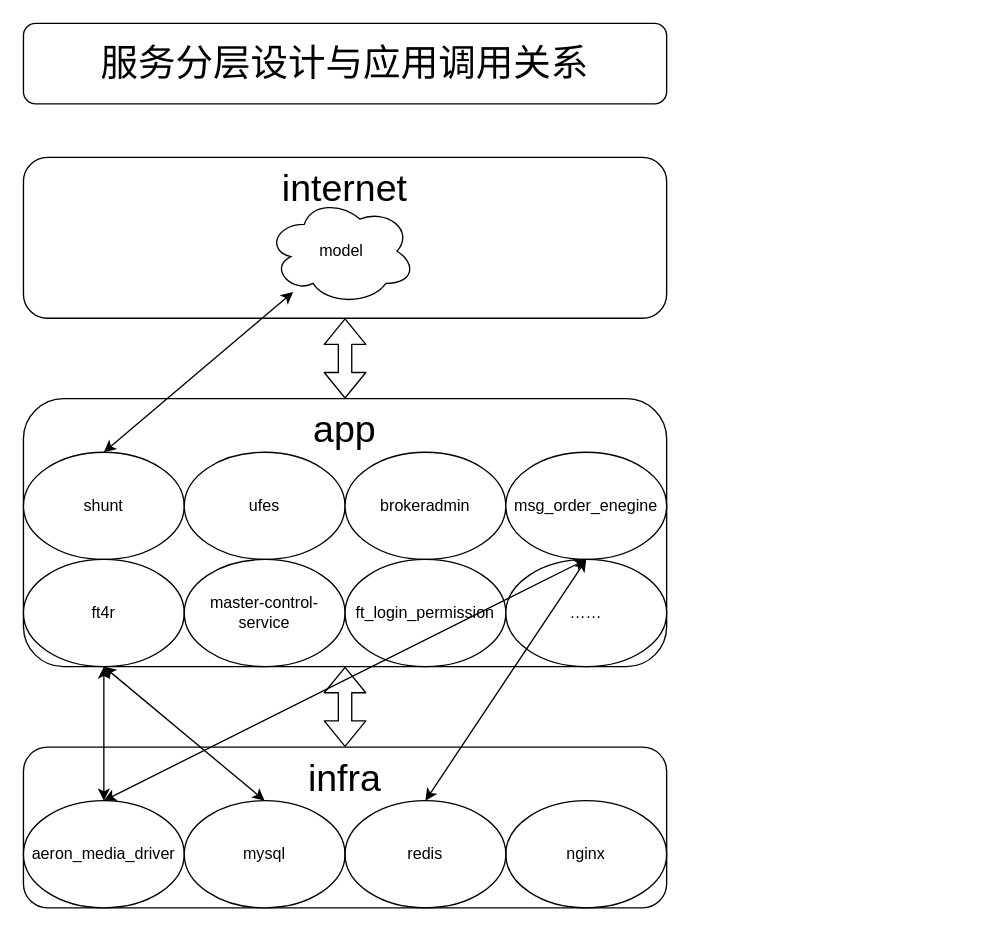
Before: src/images/current_distributions.drawio in dancing-clown/geason-diary, a draw.io diagram. Source tidied: cells renumbered, new cells numbered last; positions are measured from the earlier drawing's top-left corner, leaving out a move shared by most shapes. Both pictures are drawn from the tidied source at 134%, with x=0, y=0 at pixel (23, 23).
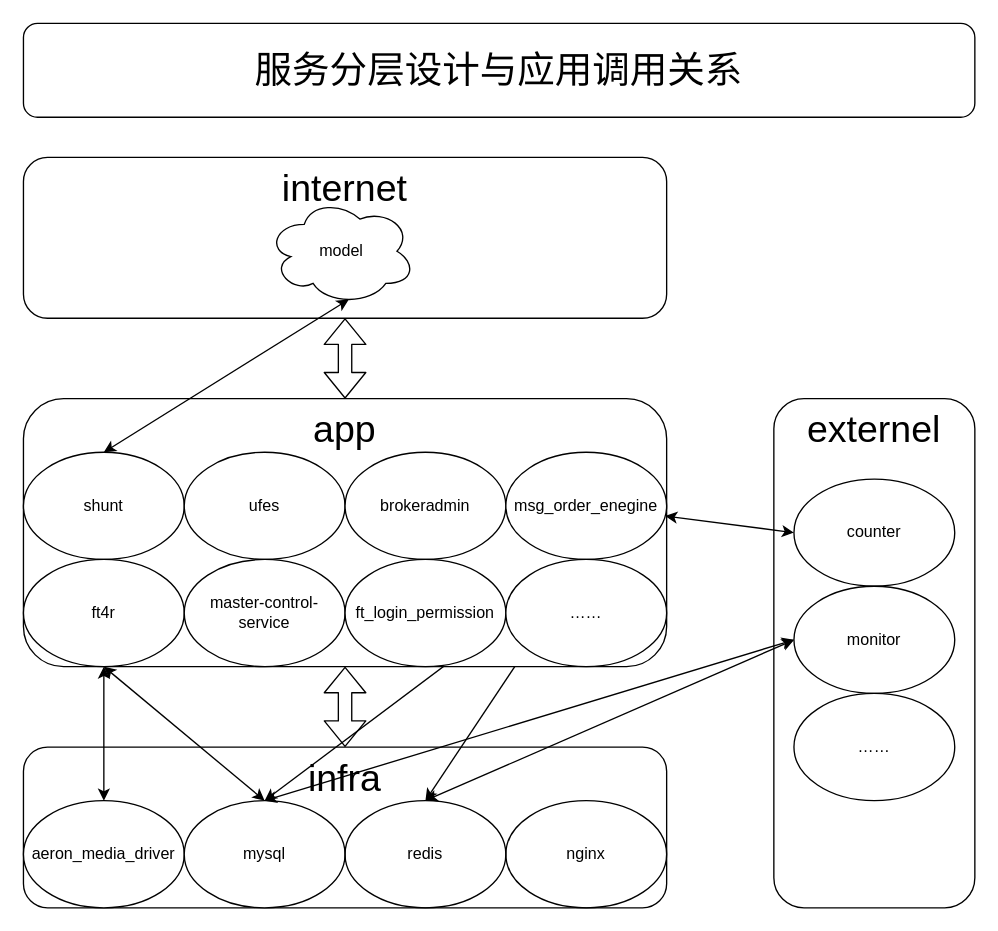
After the change.

The change refers to these unchanged cells:
```xml
<mxCell id="7" value="model" style="ellipse;shape=cloud;whiteSpace=wrap;html=1;labelBackgroundColor=none;rounded=1;" parent="5" vertex="1">
  <mxGeometry x="181.8" y="30" width="110.8" height="80" as="geometry" />
</mxCell>
```

Diff of the diagram source:
```diff
@@
-    <mxCell id="2" value="app" style="rounded=1;whiteSpace=wrap;html=1;verticalAlign=top;fontSize=28;labelBackgroundColor=none;" parent="1" vertex="1">
-      <mxGeometry y="280" width="480" height="200" as="geometry" />
-    </mxCell>
@@
+    <mxCell id="16" value="infra" style="rounded=1;whiteSpace=wrap;html=1;fontSize=28;verticalAlign=top;labelBackgroundColor=none;" parent="1" vertex="1">
+      <mxGeometry y="540" width="480" height="120" as="geometry" />
+    </mxCell>
+    <mxCell id="17" value="aeron_media_driver" style="ellipse;whiteSpace=wrap;html=1;labelBackgroundColor=none;rounded=1;" parent="1" vertex="1">
+      <mxGeometry y="580" width="120" height="80" as="geometry" />
+    </mxCell>
+    <mxCell id="18" value="mysql" style="ellipse;whiteSpace=wrap;html=1;labelBackgroundColor=none;rounded=1;" parent="1" vertex="1">
+      <mxGeometry x="120" y="580" width="120" height="80" as="geometry" />
+    </mxCell>
+    <mxCell id="19" value="redis" style="ellipse;whiteSpace=wrap;html=1;fillColor=none;labelBackgroundColor=none;rounded=1;" parent="1" vertex="1">
+      <mxGeometry x="240" y="580" width="120" height="80" as="geometry" />
+    </mxCell>
+    <mxCell id="20" value="nginx" style="ellipse;whiteSpace=wrap;html=1;fillColor=none;labelBackgroundColor=none;rounded=1;" parent="1" vertex="1">
+      <mxGeometry x="360" y="580" width="120" height="80" as="geometry" />
+    </mxCell>
+    <mxCell id="23" style="endArrow=classic;startArrow=classic;html=1;rounded=1;fontFamily=Helvetica;fontSize=12;fontColor=default;entryX=0.5;entryY=1;entryDx=0;entryDy=0;exitX=0.5;exitY=0;exitDx=0;exitDy=0;labelBackgroundColor=none;" parent="1" edge="1" source="17" target="12">
+      <mxGeometry relative="1" as="geometry" />
+    </mxCell>
+    <mxCell id="24" style="endArrow=classic;startArrow=classic;html=1;rounded=1;fontFamily=Helvetica;fontSize=12;fontColor=default;entryX=0.5;entryY=1;entryDx=0;entryDy=0;exitX=0.5;exitY=0;exitDx=0;exitDy=0;labelBackgroundColor=none;" parent="1" edge="1" source="18" target="12">
+      <mxGeometry relative="1" as="geometry" />
+    </mxCell>
+    <mxCell id="26" value="服务分层设计与应用调用关系" style="rounded=1;whiteSpace=wrap;html=1;align=center;verticalAlign=middle;fontFamily=Helvetica;fontSize=28;labelBackgroundColor=none;" parent="1" vertex="1">
+      <mxGeometry width="710" height="70" as="geometry" />
+    </mxCell>
+    <mxCell id="27" value="externel" style="rounded=1;whiteSpace=wrap;html=1;verticalAlign=top;fontSize=28;" parent="1" vertex="1">
+      <mxGeometry x="560" y="280" width="150" height="380" as="geometry" />
+    </mxCell>
+    <mxCell id="28" value="counter" style="ellipse;whiteSpace=wrap;html=1;" parent="1" vertex="1">
+      <mxGeometry x="575" y="340" width="120" height="80" as="geometry" />
+    </mxCell>
+    <mxCell id="29" value="monitor" style="ellipse;whiteSpace=wrap;html=1;" parent="1" vertex="1">
+      <mxGeometry x="575" y="420" width="120" height="80" as="geometry" />
+    </mxCell>
+    <mxCell id="30" value="……" style="ellipse;whiteSpace=wrap;html=1;" parent="1" vertex="1">
+      <mxGeometry x="575" y="500" width="120" height="80" as="geometry" />
+    </mxCell>
+    <mxCell id="31" style="endArrow=classic;startArrow=classic;html=1;rounded=0;exitX=0.5;exitY=0;exitDx=0;exitDy=0;entryX=0.5;entryY=1;entryDx=0;entryDy=0;" parent="1" edge="1" source="18" target="11">
+      <mxGeometry relative="1" as="geometry" />
+    </mxCell>
+    <mxCell id="32" style="endArrow=classic;startArrow=classic;html=1;rounded=0;entryX=0;entryY=0.5;entryDx=0;entryDy=0;" parent="1" edge="1" source="11" target="28">
+      <mxGeometry relative="1" as="geometry" />
+    </mxCell>
+    <mxCell id="33" style="endArrow=classic;startArrow=classic;html=1;rounded=0;entryX=0;entryY=0.5;entryDx=0;entryDy=0;exitX=0.5;exitY=0;exitDx=0;exitDy=0;" parent="1" edge="1" source="18" target="29">
+      <mxGeometry relative="1" as="geometry" />
+    </mxCell>
+    <mxCell id="34" style="endArrow=classic;startArrow=classic;html=1;rounded=0;entryX=0;entryY=0.5;entryDx=0;entryDy=0;exitX=0.5;exitY=0;exitDx=0;exitDy=0;" parent="1" edge="1" source="19" target="29">
+      <mxGeometry relative="1" as="geometry" />
+    </mxCell>
+    <mxCell id="35" style="endArrow=classic;startArrow=classic;html=1;rounded=0;exitX=0.5;exitY=0;exitDx=0;exitDy=0;entryX=0.5;entryY=0;entryDx=0;entryDy=0;" parent="1" edge="1" source="19" target="37">
+      <mxGeometry relative="1" as="geometry" />
+    </mxCell>
+    <mxCell id="36" style="group;" parent="1" vertex="1">
+      <mxGeometry y="280" width="480" height="200" as="geometry" />
+    </mxCell>
+    <mxCell id="2" value="app" style="rounded=1;whiteSpace=wrap;html=1;verticalAlign=top;fontSize=28;labelBackgroundColor=none;" parent="36" vertex="1">
+      <mxGeometry width="480" height="200" as="geometry" />
+    </mxCell>
-    <mxCell id="8" value="shunt" style="ellipse;whiteSpace=wrap;html=1;labelBackgroundColor=none;rounded=1;" parent="1" vertex="1">
-      <mxGeometry y="320" width="120" height="80" as="geometry" />
+    <mxCell id="8" value="shunt" style="ellipse;whiteSpace=wrap;html=1;labelBackgroundColor=none;rounded=1;" parent="36" vertex="1">
+      <mxGeometry y="40" width="120" height="80" as="geometry" />
     </mxCell>
-    <mxCell id="9" value="ufes" style="ellipse;whiteSpace=wrap;html=1;labelBackgroundColor=none;rounded=1;" parent="1" vertex="1">
-      <mxGeometry x="120" y="320" width="120" height="80" as="geometry" />
+    <mxCell id="9" value="ufes" style="ellipse;whiteSpace=wrap;html=1;labelBackgroundColor=none;rounded=1;" parent="36" vertex="1">
+      <mxGeometry x="120" y="40" width="120" height="80" as="geometry" />
     </mxCell>
-    <mxCell id="10" value="brokeradmin" style="ellipse;whiteSpace=wrap;html=1;labelBackgroundColor=none;rounded=1;" parent="1" vertex="1">
-      <mxGeometry x="240" y="320" width="120" height="80" as="geometry" />
+    <mxCell id="10" value="brokeradmin" style="ellipse;whiteSpace=wrap;html=1;labelBackgroundColor=none;rounded=1;" parent="36" vertex="1">
+      <mxGeometry x="240" y="40" width="120" height="80" as="geometry" />
     </mxCell>
-    <mxCell id="11" value="msg_order_enegine" style="ellipse;whiteSpace=wrap;html=1;labelBackgroundColor=none;rounded=1;" parent="1" vertex="1">
-      <mxGeometry x="360" y="320" width="120" height="80" as="geometry" />
+    <mxCell id="11" value="msg_order_enegine" style="ellipse;whiteSpace=wrap;html=1;labelBackgroundColor=none;rounded=1;" parent="36" vertex="1">
+      <mxGeometry x="360" y="40" width="120" height="80" as="geometry" />
     </mxCell>
-    <mxCell id="12" value="ft4r" style="ellipse;whiteSpace=wrap;html=1;labelBackgroundColor=none;rounded=1;" parent="1" vertex="1">
-      <mxGeometry y="400" width="120" height="80" as="geometry" />
+    <mxCell id="12" value="ft4r" style="ellipse;whiteSpace=wrap;html=1;labelBackgroundColor=none;rounded=1;" parent="36" vertex="1">
+      <mxGeometry y="120" width="120" height="80" as="geometry" />
     </mxCell>
-    <mxCell id="13" value="master-control-service" style="ellipse;whiteSpace=wrap;html=1;labelBackgroundColor=none;rounded=1;" parent="1" vertex="1">
-      <mxGeometry x="120" y="400" width="120" height="80" as="geometry" />
+    <mxCell id="13" value="master-control-service" style="ellipse;whiteSpace=wrap;html=1;labelBackgroundColor=none;rounded=1;" parent="36" vertex="1">
+      <mxGeometry x="120" y="120" width="120" height="80" as="geometry" />
     </mxCell>
-    <mxCell id="14" value="ft_login_permission" style="ellipse;whiteSpace=wrap;html=1;labelBackgroundColor=none;rounded=1;" parent="1" vertex="1">
-      <mxGeometry x="240" y="400" width="120" height="80" as="geometry" />
+    <mxCell id="14" value="ft_login_permission" style="ellipse;whiteSpace=wrap;html=1;labelBackgroundColor=none;rounded=1;" parent="36" vertex="1">
+      <mxGeometry x="240" y="120" width="120" height="80" as="geometry" />
     </mxCell>
-    <mxCell id="15" value="……" style="ellipse;whiteSpace=wrap;html=1;labelBackgroundColor=none;rounded=1;" parent="1" vertex="1">
-      <mxGeometry x="360" y="400" width="120" height="80" as="geometry" />
-    </mxCell>
-    <mxCell id="16" value="infra" style="rounded=1;whiteSpace=wrap;html=1;fontSize=28;verticalAlign=top;labelBackgroundColor=none;" parent="1" vertex="1">
-      <mxGeometry y="540" width="480" height="120" as="geometry" />
-    </mxCell>
-    <mxCell id="17" value="aeron_media_driver" style="ellipse;whiteSpace=wrap;html=1;labelBackgroundColor=none;rounded=1;" parent="1" vertex="1">
-      <mxGeometry y="580" width="120" height="80" as="geometry" />
-    </mxCell>
-    <mxCell id="18" value="mysql" style="ellipse;whiteSpace=wrap;html=1;labelBackgroundColor=none;rounded=1;" parent="1" vertex="1">
-      <mxGeometry x="120" y="580" width="120" height="80" as="geometry" />
-    </mxCell>
-    <mxCell id="19" value="redis" style="ellipse;whiteSpace=wrap;html=1;fillColor=none;labelBackgroundColor=none;rounded=1;" parent="1" vertex="1">
-      <mxGeometry x="240" y="580" width="120" height="80" as="geometry" />
-    </mxCell>
-    <mxCell id="20" value="nginx" style="ellipse;whiteSpace=wrap;html=1;fillColor=none;labelBackgroundColor=none;rounded=1;" parent="1" vertex="1">
-      <mxGeometry x="360" y="580" width="120" height="80" as="geometry" />
-    </mxCell>
-    <mxCell id="21" style="endArrow=classic;startArrow=classic;html=1;rounded=1;fontFamily=Helvetica;fontSize=12;fontColor=default;entryX=0.5;entryY=0;entryDx=0;entryDy=0;exitX=0.5;exitY=0;exitDx=0;exitDy=0;labelBackgroundColor=none;" parent="1" edge="1" source="17" target="15">
-      <mxGeometry relative="1" as="geometry" />
-    </mxCell>
-    <mxCell id="22" style="endArrow=classic;startArrow=classic;html=1;rounded=1;fontFamily=Helvetica;fontSize=12;fontColor=default;exitX=0.5;exitY=0;exitDx=0;exitDy=0;entryX=0.5;entryY=0;entryDx=0;entryDy=0;labelBackgroundColor=none;" parent="1" edge="1" source="19" target="15">
-      <mxGeometry relative="1" as="geometry" />
-    </mxCell>
-    <mxCell id="23" style="endArrow=classic;startArrow=classic;html=1;rounded=1;fontFamily=Helvetica;fontSize=12;fontColor=default;entryX=0.5;entryY=1;entryDx=0;entryDy=0;exitX=0.5;exitY=0;exitDx=0;exitDy=0;labelBackgroundColor=none;" parent="1" edge="1" source="17" target="12">
-      <mxGeometry relative="1" as="geometry" />
-    </mxCell>
-    <mxCell id="24" style="endArrow=classic;startArrow=classic;html=1;rounded=1;fontFamily=Helvetica;fontSize=12;fontColor=default;entryX=0.5;entryY=1;entryDx=0;entryDy=0;exitX=0.5;exitY=0;exitDx=0;exitDy=0;labelBackgroundColor=none;" parent="1" edge="1" source="18" target="12">
-      <mxGeometry relative="1" as="geometry" />
-    </mxCell>
+    <mxCell id="37" value="……" style="ellipse;whiteSpace=wrap;html=1;" parent="36" vertex="1">
+      <mxGeometry x="360" y="120" width="120" height="80" as="geometry" />
+    </mxCell>
-    <mxCell id="25" style="endArrow=classic;startArrow=classic;html=1;rounded=1;fontFamily=Helvetica;fontSize=12;fontColor=default;exitX=0.5;exitY=0;exitDx=0;exitDy=0;labelBackgroundColor=none;" parent="1" edge="1" source="8" target="7">
+    <mxCell id="25" style="endArrow=classic;startArrow=classic;html=1;rounded=0;exitX=0.5;exitY=0;exitDx=0;exitDy=0;entryX=0.55;entryY=0.95;entryDx=0;entryDy=0;entryPerimeter=0;" parent="1" edge="1" source="8" target="7">
       <mxGeometry relative="1" as="geometry" />
     </mxCell>
-    <mxCell id="26" value="服务分层设计与应用调用关系" style="rounded=1;whiteSpace=wrap;html=1;align=center;verticalAlign=middle;fontFamily=Helvetica;fontSize=28;labelBackgroundColor=none;" parent="1" vertex="1">
-      <mxGeometry width="480" height="60" as="geometry" />
-    </mxCell>
```
